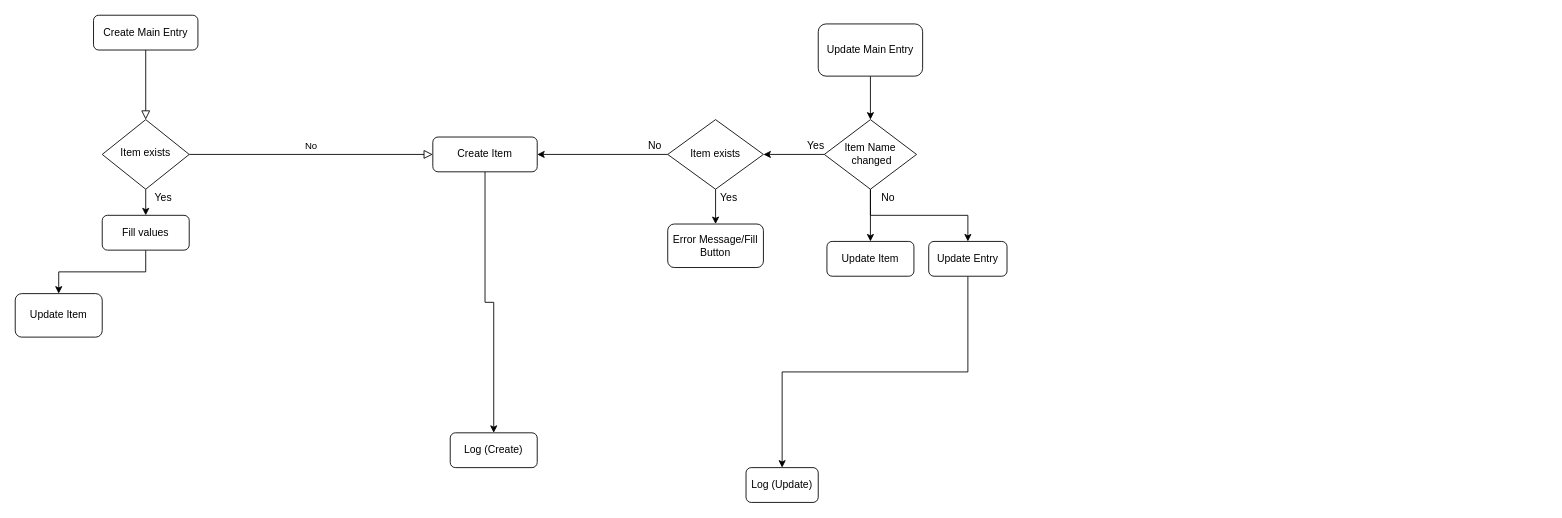
Above: Untitled Diagram.drawio in Terrorknubbel/Inventur (draw.io), before the change. Source tidied: cells renumbered, new cells numbered last; positions are measured from the earlier drawing's top-left corner, leaving out a move shared by most shapes. Both pictures are drawn from the tidied source at 87%, with x=0, y=0 at pixel (15, 15).
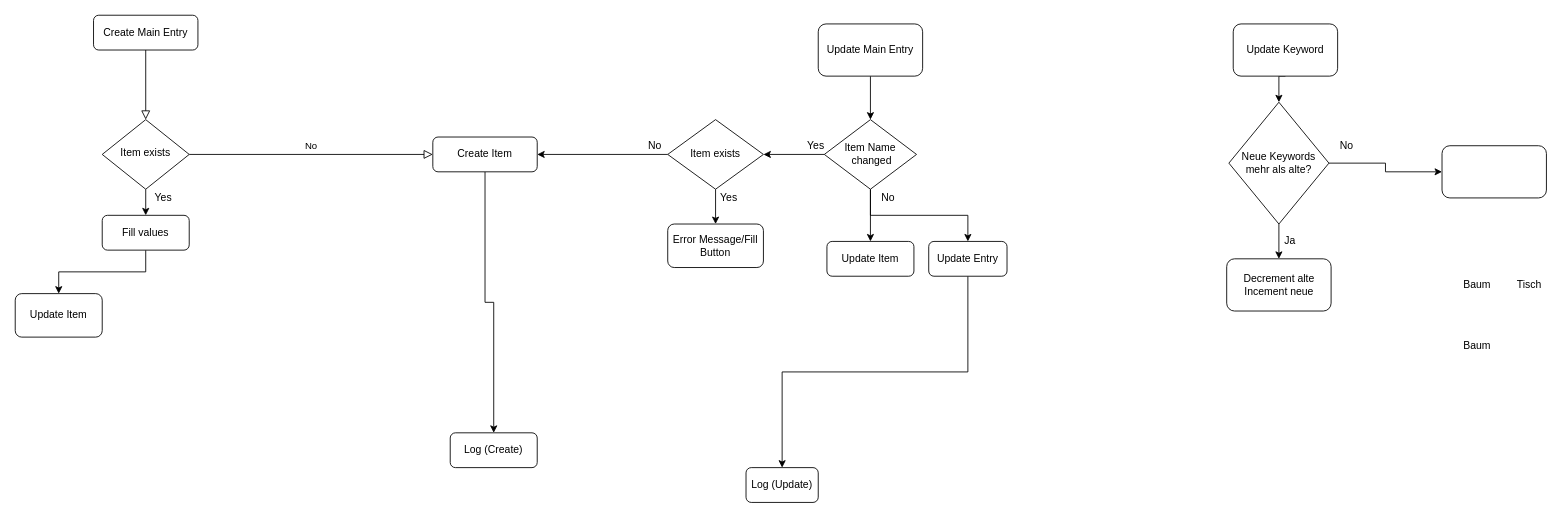
Above is the later version.

What changed in the source:
```diff
@@
+    <mxCell id="32" style="edgeStyle=orthogonalEdgeStyle;rounded=0;jettySize=auto;html=1;exitX=0.5;exitY=1;exitDx=0;exitDy=0;entryX=0.5;entryY=0;entryDx=0;entryDy=0;" parent="1" edge="1" source="33" target="36">
+      <mxGeometry relative="1" as="geometry" />
+    </mxCell>
+    <mxCell id="33" value="Update Keyword" style="rounded=1;whiteSpace=wrap;html=1;" parent="1" vertex="1">
+      <mxGeometry x="1400" y="10" width="120" height="60" as="geometry" />
+    </mxCell>
+    <mxCell id="34" style="edgeStyle=orthogonalEdgeStyle;rounded=0;jettySize=auto;html=1;exitX=0.5;exitY=1;exitDx=0;exitDy=0;" parent="1" edge="1" source="36" target="37">
+      <mxGeometry relative="1" as="geometry" />
+    </mxCell>
+    <mxCell id="35" style="edgeStyle=orthogonalEdgeStyle;rounded=0;jettySize=auto;html=1;exitX=1;exitY=0.5;exitDx=0;exitDy=0;" parent="1" edge="1" source="36" target="39">
+      <mxGeometry relative="1" as="geometry" />
+    </mxCell>
+    <mxCell id="36" value="Neue Keywords mehr als alte?" style="rhombus;whiteSpace=wrap;html=1;" parent="1" vertex="1">
+      <mxGeometry x="1395" y="100" width="115" height="140" as="geometry" />
+    </mxCell>
+    <mxCell id="37" value="Decrement alte&lt;br&gt;Incement neue" style="rounded=1;whiteSpace=wrap;html=1;" parent="1" vertex="1">
+      <mxGeometry x="1392.5" y="280" width="120" height="60" as="geometry" />
+    </mxCell>
+    <mxCell id="38" value="Ja" style="text;html=1;align=center;verticalAlign=middle;" parent="1" vertex="1">
+      <mxGeometry x="1450" y="250" width="30" height="20" as="geometry" />
+    </mxCell>
+    <mxCell id="39" style="rounded=1;whiteSpace=wrap;html=1;" parent="1" vertex="1">
+      <mxGeometry x="1640" y="150" width="120" height="60" as="geometry" />
+    </mxCell>
+    <mxCell id="40" value="No" style="text;html=1;align=center;verticalAlign=middle;" parent="1" vertex="1">
+      <mxGeometry x="1515" y="140" width="30" height="20" as="geometry" />
+    </mxCell>
+    <mxCell id="41" value="Baum" style="text;html=1;align=center;verticalAlign=middle;" parent="1" vertex="1">
+      <mxGeometry x="1655" y="300" width="50" height="20" as="geometry" />
+    </mxCell>
+    <mxCell id="42" value="Tisch" style="text;html=1;align=center;verticalAlign=middle;" parent="1" vertex="1">
+      <mxGeometry x="1720" y="300" width="40" height="20" as="geometry" />
+    </mxCell>
+    <mxCell id="43" value="Baum" style="text;html=1;align=center;verticalAlign=middle;" parent="1" vertex="1">
+      <mxGeometry x="1655" y="370" width="50" height="20" as="geometry" />
+    </mxCell>
```
